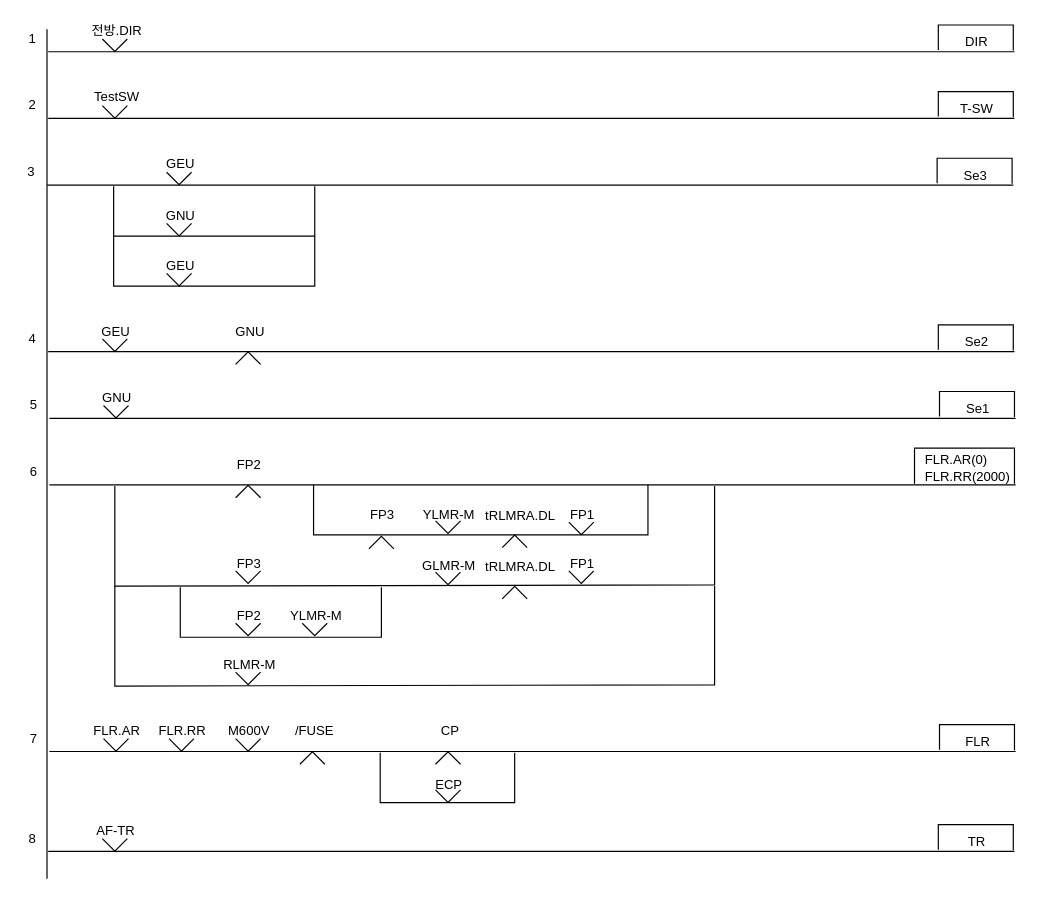
The draw.io diagram page "통신제어(송신)_all" (6 of 8) of Signal/33Display-Signal-Control-Logic.drawio in chillin2/MyDraw.io, before the edit. Source tidied: cells renumbered, new cells numbered last; positions are measured from the earlier drawing's top-left corner, leaving out a move shared by most shapes. Both pictures are drawn from the tidied source at 119%, with x=0, y=0 at pixel (20, 20).
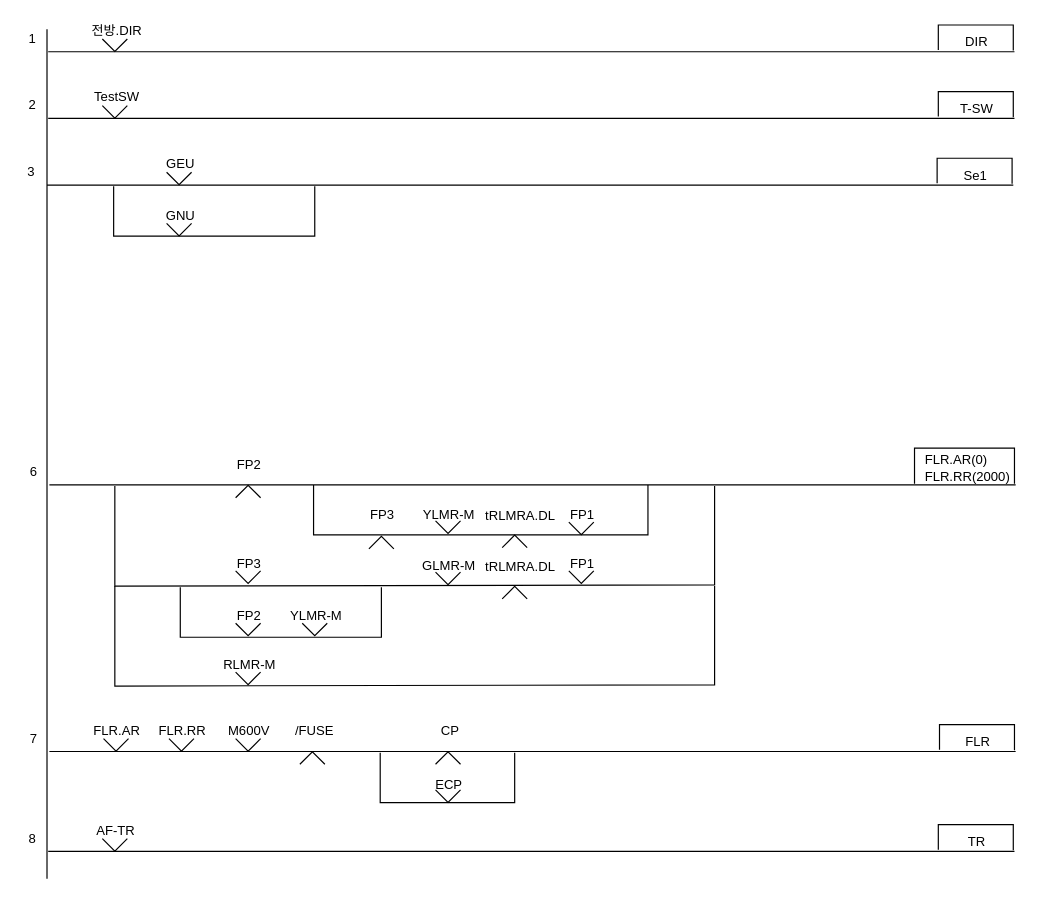
Above is the later version.

Diff of the diagram source:
```diff
@@
-    <mxCell id="17" value="Se3" style="text;html=1;strokeColor=none;fillColor=none;align=center;verticalAlign=middle;whiteSpace=wrap;rounded=0;fontFamily=Helvetica;fontSize=11;fontColor=default;" parent="1" vertex="1">
+    <mxCell id="17" value="Se1" style="text;html=1;strokeColor=none;fillColor=none;align=center;verticalAlign=middle;whiteSpace=wrap;rounded=0;fontFamily=Helvetica;fontSize=11;fontColor=default;" parent="1" vertex="1">
       <mxGeometry x="779" y="123" width="47" height="13" as="geometry" />
     </mxCell>
@@
-    <mxCell id="23" style="endArrow=none;html=1;rounded=0;" parent="1" edge="1">
-      <mxGeometry relative="1" as="geometry">
-        <mxPoint x="23" y="278" as="sourcePoint" />
-        <mxPoint x="835" y="278" as="targetPoint" />
-      </mxGeometry>
-    </mxCell>
-    <mxCell id="24" value="GEU" style="text;html=1;strokeColor=none;fillColor=none;align=center;verticalAlign=middle;whiteSpace=wrap;rounded=0;fontFamily=Helvetica;fontSize=11;fontColor=default;" parent="1" vertex="1">
-      <mxGeometry x="60" y="253" width="40" height="15" as="geometry" />
-    </mxCell>
-    <mxCell id="25" value="Se2" style="text;html=1;strokeColor=none;fillColor=none;align=center;verticalAlign=middle;whiteSpace=wrap;rounded=0;fontFamily=Helvetica;fontSize=11;fontColor=default;" parent="1" vertex="1">
-      <mxGeometry x="780" y="263" width="47" height="13" as="geometry" />
-    </mxCell>
-    <mxCell id="26" style="endArrow=none;html=1;rounded=0;labelBackgroundColor=default;fontFamily=Helvetica;fontSize=11;fontColor=default;startSize=3;endSize=3;sourcePerimeterSpacing=0;strokeColor=default;shape=connector;jumpStyle=none;jumpSize=6;" parent="1" edge="1">
-      <mxGeometry relative="1" as="geometry">
-        <mxPoint x="771" y="276.5" as="sourcePoint" />
-        <mxPoint x="834" y="277" as="targetPoint" />
-        <Array as="points">
-          <mxPoint x="771" y="255.5" />
-          <mxPoint x="834" y="255.5" />
-        </Array>
-      </mxGeometry>
-    </mxCell>
-    <mxCell id="27" style="verticalLabelPosition=bottom;html=1;verticalAlign=top;align=center;shape=mxgraph.floorplan.windowBow;strokeWidth=1;fontSize=11;" parent="1" vertex="1">
-      <mxGeometry x="68.5" y="267" width="21" height="11" as="geometry" />
-    </mxCell>
-    <mxCell id="28" value="4" style="text;html=1;strokeColor=none;fillColor=none;align=center;verticalAlign=middle;whiteSpace=wrap;rounded=0;fontFamily=Helvetica;fontSize=11;fontColor=default;" parent="1" vertex="1">
-      <mxGeometry x="1" y="259" width="18" height="16" as="geometry" />
-    </mxCell>
@@
-    <mxCell id="30" style="endArrow=none;html=1;rounded=0;" parent="1" edge="1">
-      <mxGeometry relative="1" as="geometry">
-        <mxPoint x="78" y="181" as="sourcePoint" />
-        <mxPoint x="247" y="181" as="targetPoint" />
-        <Array as="points">
-          <mxPoint x="78" y="223" />
-          <mxPoint x="247" y="223" />
-        </Array>
-      </mxGeometry>
-    </mxCell>
-    <mxCell id="31" style="verticalLabelPosition=bottom;html=1;verticalAlign=top;align=center;shape=mxgraph.floorplan.windowBow;strokeWidth=1;fontSize=11;" parent="1" vertex="1">
-      <mxGeometry x="122.5" y="212" width="21" height="11" as="geometry" />
-    </mxCell>
-    <mxCell id="32" value="GEU" style="text;html=1;strokeColor=none;fillColor=none;align=center;verticalAlign=middle;whiteSpace=wrap;rounded=0;fontFamily=Helvetica;fontSize=11;fontColor=default;" parent="1" vertex="1">
-      <mxGeometry x="110" y="199" width="49" height="14" as="geometry" />
-    </mxCell>
-    <mxCell id="33" value="GNU" style="text;html=1;strokeColor=none;fillColor=none;align=center;verticalAlign=middle;whiteSpace=wrap;rounded=0;fontFamily=Helvetica;fontSize=11;fontColor=default;" parent="1" vertex="1">
-      <mxGeometry x="173" y="253" width="40" height="15" as="geometry" />
-    </mxCell>
-    <mxCell id="34" style="verticalLabelPosition=bottom;html=1;verticalAlign=top;align=center;shape=mxgraph.floorplan.windowBow;strokeWidth=1;fontSize=11;direction=west;" parent="1" vertex="1">
-      <mxGeometry x="180.5" y="278" width="21" height="11" as="geometry" />
-    </mxCell>
-    <mxCell id="35" style="endArrow=none;html=1;rounded=0;" parent="1" edge="1">
-      <mxGeometry relative="1" as="geometry">
-        <mxPoint x="24" y="334" as="sourcePoint" />
-        <mxPoint x="836" y="334" as="targetPoint" />
-      </mxGeometry>
-    </mxCell>
-    <mxCell id="36" value="GNU" style="text;html=1;strokeColor=none;fillColor=none;align=center;verticalAlign=middle;whiteSpace=wrap;rounded=0;fontFamily=Helvetica;fontSize=11;fontColor=default;" parent="1" vertex="1">
-      <mxGeometry x="61" y="309" width="40" height="15" as="geometry" />
-    </mxCell>
-    <mxCell id="37" value="Se1" style="text;html=1;strokeColor=none;fillColor=none;align=center;verticalAlign=middle;whiteSpace=wrap;rounded=0;fontFamily=Helvetica;fontSize=11;fontColor=default;" parent="1" vertex="1">
-      <mxGeometry x="781" y="319" width="47" height="13" as="geometry" />
-    </mxCell>
-    <mxCell id="38" style="endArrow=none;html=1;rounded=0;labelBackgroundColor=default;fontFamily=Helvetica;fontSize=11;fontColor=default;startSize=3;endSize=3;sourcePerimeterSpacing=0;strokeColor=default;shape=connector;jumpStyle=none;jumpSize=6;" parent="1" edge="1">
-      <mxGeometry relative="1" as="geometry">
-        <mxPoint x="772" y="332.5" as="sourcePoint" />
-        <mxPoint x="835" y="333" as="targetPoint" />
-        <Array as="points">
-          <mxPoint x="772" y="311.5" />
-          <mxPoint x="835" y="311.5" />
-        </Array>
-      </mxGeometry>
-    </mxCell>
-    <mxCell id="39" style="verticalLabelPosition=bottom;html=1;verticalAlign=top;align=center;shape=mxgraph.floorplan.windowBow;strokeWidth=1;fontSize=11;" parent="1" vertex="1">
-      <mxGeometry x="69.5" y="323" width="21" height="11" as="geometry" />
-    </mxCell>
-    <mxCell id="40" value="5" style="text;html=1;strokeColor=none;fillColor=none;align=center;verticalAlign=middle;whiteSpace=wrap;rounded=0;fontFamily=Helvetica;fontSize=11;fontColor=default;" parent="1" vertex="1">
-      <mxGeometry x="2" y="315" width="18" height="16" as="geometry" />
-    </mxCell>
```
